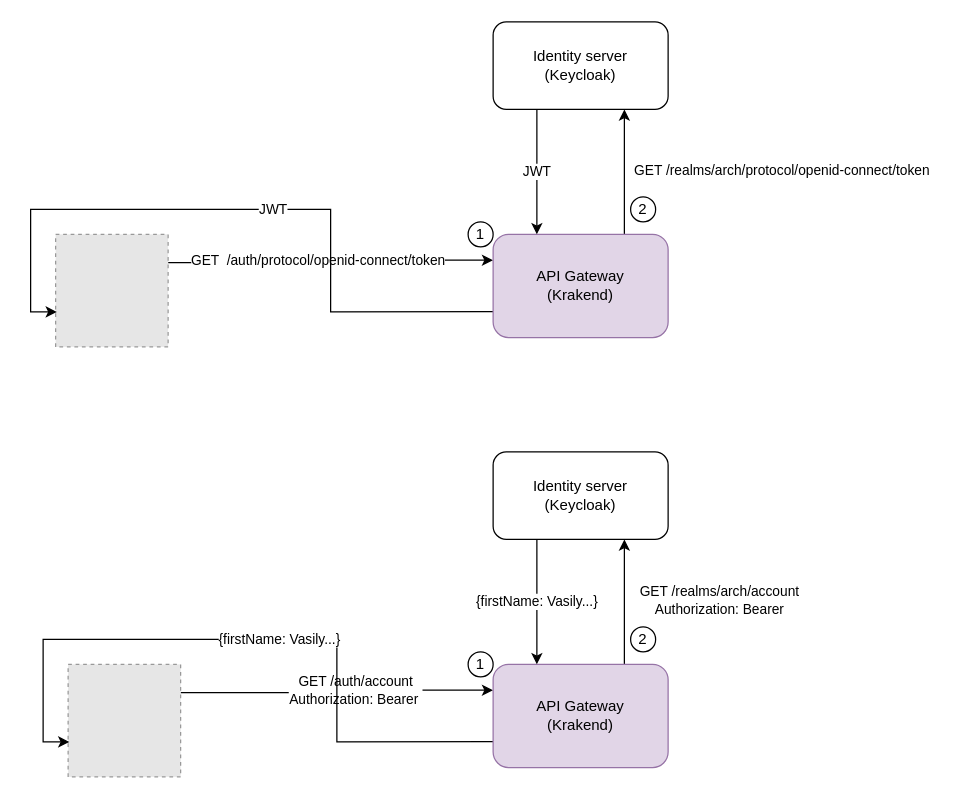
exxbrain/arch-k8s keeps this draw.io diagram as Untitled Diagram.drawio. Above is the earlier version. Source tidied: cells renumbered, new cells numbered last; positions are measured from the earlier drawing's top-left corner, leaving out a move shared by most shapes. Both pictures are drawn from the tidied source at 125%, with x=0, y=0 at pixel (55, 21). Pictures stored in the file or linked from it are replaced by grey dashed boxes.
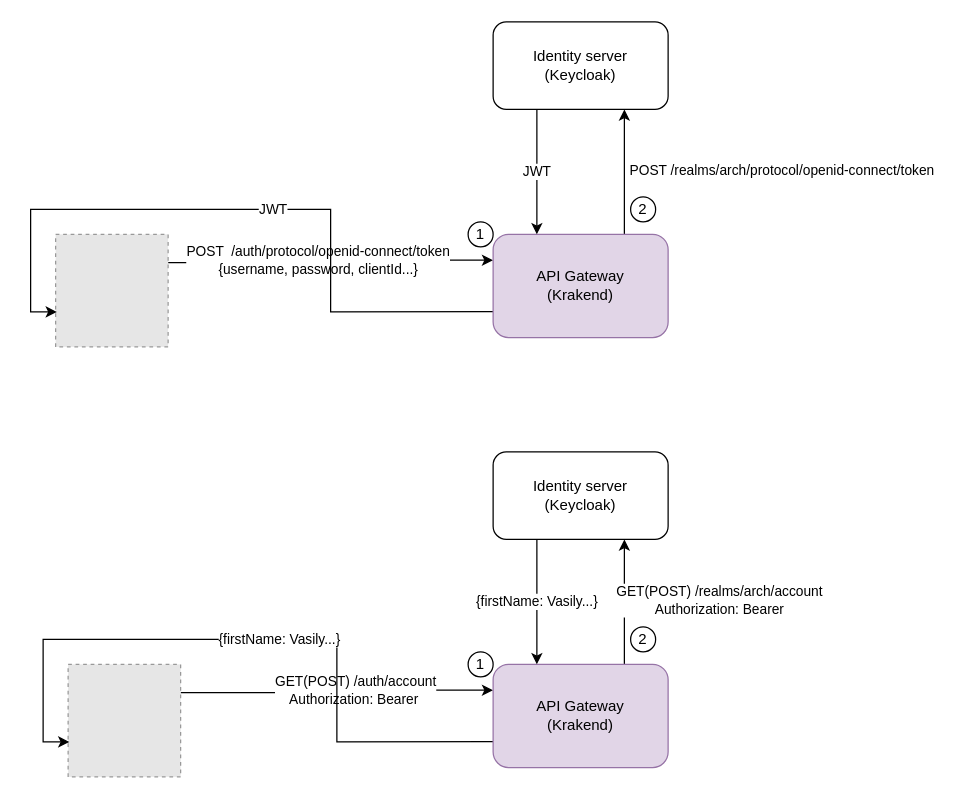
After the change.

The change refers to these unchanged cells:
```xml
<mxCell id="2" style="edgeStyle=orthogonalEdgeStyle;rounded=0;jettySize=auto;html=1;exitX=1;exitY=0.25;exitDx=0;exitDy=0;entryX=0;entryY=0.25;entryDx=0;entryDy=0;" parent="1" edge="1" source="4" target="9">
  <mxGeometry relative="1" as="geometry" />
</mxCell>
<mxCell id="7" style="edgeStyle=orthogonalEdgeStyle;rounded=0;jettySize=auto;html=1;exitX=0.75;exitY=0;exitDx=0;exitDy=0;entryX=0.75;entryY=1;entryDx=0;entryDy=0;" parent="1" edge="1" source="9" target="11">
  <mxGeometry relative="1" as="geometry" />
</mxCell>
<mxCell id="14" style="edgeStyle=orthogonalEdgeStyle;rounded=0;jettySize=auto;html=1;exitX=1;exitY=0.25;exitDx=0;exitDy=0;entryX=0;entryY=0.25;entryDx=0;entryDy=0;" parent="1" edge="1" source="16" target="21">
  <mxGeometry relative="1" as="geometry" />
</mxCell>
<mxCell id="19" style="edgeStyle=orthogonalEdgeStyle;rounded=0;jettySize=auto;html=1;exitX=0.75;exitY=0;exitDx=0;exitDy=0;entryX=0.75;entryY=1;entryDx=0;entryDy=0;" parent="1" edge="1" source="21" target="23">
  <mxGeometry relative="1" as="geometry" />
</mxCell>
```

Diff of the diagram source:
```diff
@@
-    <mxCell id="3" value="GET &amp;nbsp;/auth/protocol/openid-connect/token" style="edgeLabel;html=1;align=center;verticalAlign=middle;" parent="2" vertex="1">
+    <mxCell id="3" value="POST &amp;nbsp;/auth/protocol/openid-connect/token&lt;br&gt;{username, password, clientId...}" style="edgeLabel;html=1;align=center;verticalAlign=middle;" parent="2" vertex="1">
       <mxGeometry x="0.23" y="-3" relative="1" as="geometry">
         <mxPoint x="-39.3" y="-3" as="offset" />
       </mxGeometry>
     </mxCell>
@@
-    <mxCell id="8" value="GET /realms/arch/protocol/openid-connect/token" style="edgeLabel;html=1;align=center;verticalAlign=middle;" parent="7" vertex="1">
+    <mxCell id="8" value="POST /realms/arch/protocol/openid-connect/token" style="edgeLabel;html=1;align=center;verticalAlign=middle;" parent="7" vertex="1">
       <mxGeometry x="0.04" y="1" relative="1" as="geometry">
         <mxPoint x="126" as="offset" />
       </mxGeometry>
     </mxCell>
@@
-    <mxCell id="15" value="GET /auth/account&lt;br&gt;Authorization: Bearer&amp;nbsp;" style="edgeLabel;html=1;align=center;verticalAlign=middle;" parent="14" vertex="1">
+    <mxCell id="15" value="GET(POST) /auth/account&lt;br&gt;Authorization: Bearer&amp;nbsp;" style="edgeLabel;html=1;align=center;verticalAlign=middle;" parent="14" vertex="1">
       <mxGeometry x="0.23" y="-3" relative="1" as="geometry">
         <mxPoint x="-13.5" y="-3" as="offset" />
       </mxGeometry>
     </mxCell>
@@
-    <mxCell id="20" value="GET /realms/arch/account&lt;br&gt;Authorization: Bearer" style="edgeLabel;html=1;align=center;verticalAlign=middle;" parent="19" vertex="1">
+    <mxCell id="20" value="GET(POST) /realms/arch/account&lt;br&gt;Authorization: Bearer" style="edgeLabel;html=1;align=center;verticalAlign=middle;" parent="19" vertex="1">
       <mxGeometry x="0.04" y="1" relative="1" as="geometry">
         <mxPoint x="76" as="offset" />
       </mxGeometry>
     </mxCell>
```
